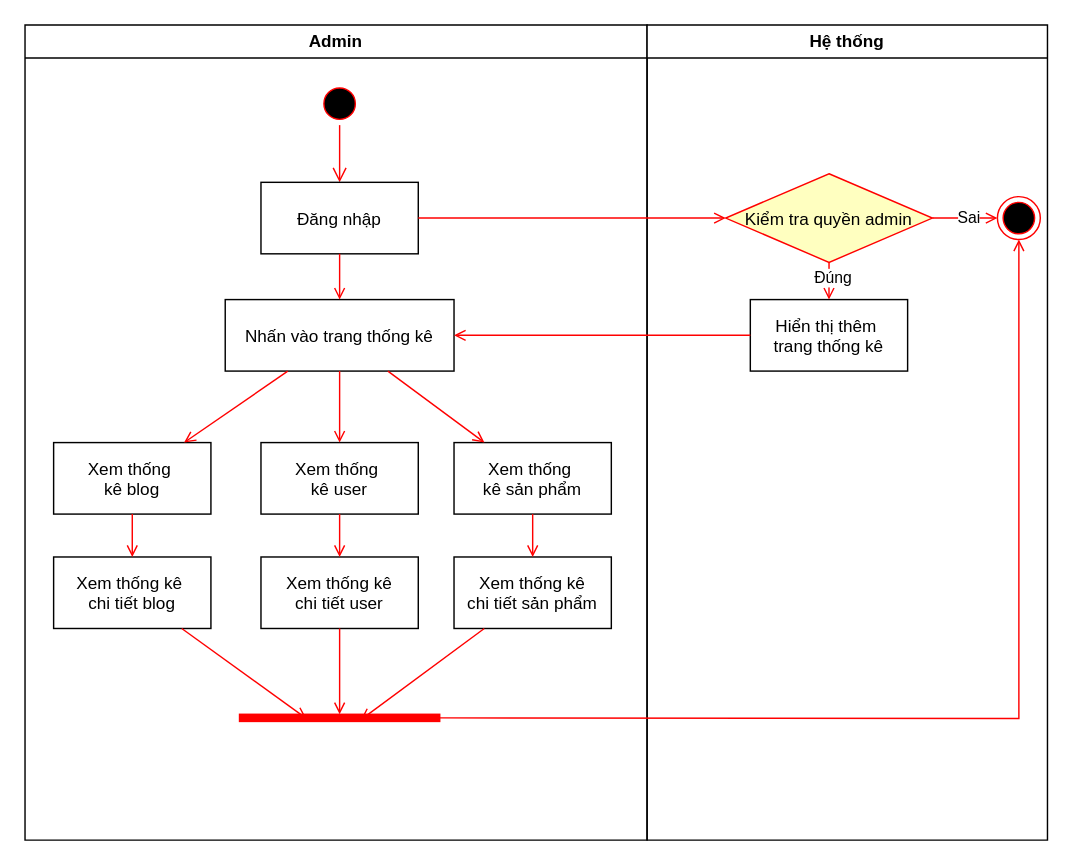
Before: BlogProject/BlogProject/ThongKeActivityActivity.drawio in TranThanhHoang123/Blog, a draw.io diagram. Source tidied: cells renumbered, new cells numbered last; positions are measured from the earlier drawing's top-left corner, leaving out a move shared by most shapes. Both pictures are drawn from the tidied source at 143%, with x=0, y=0 at pixel (24, 24).
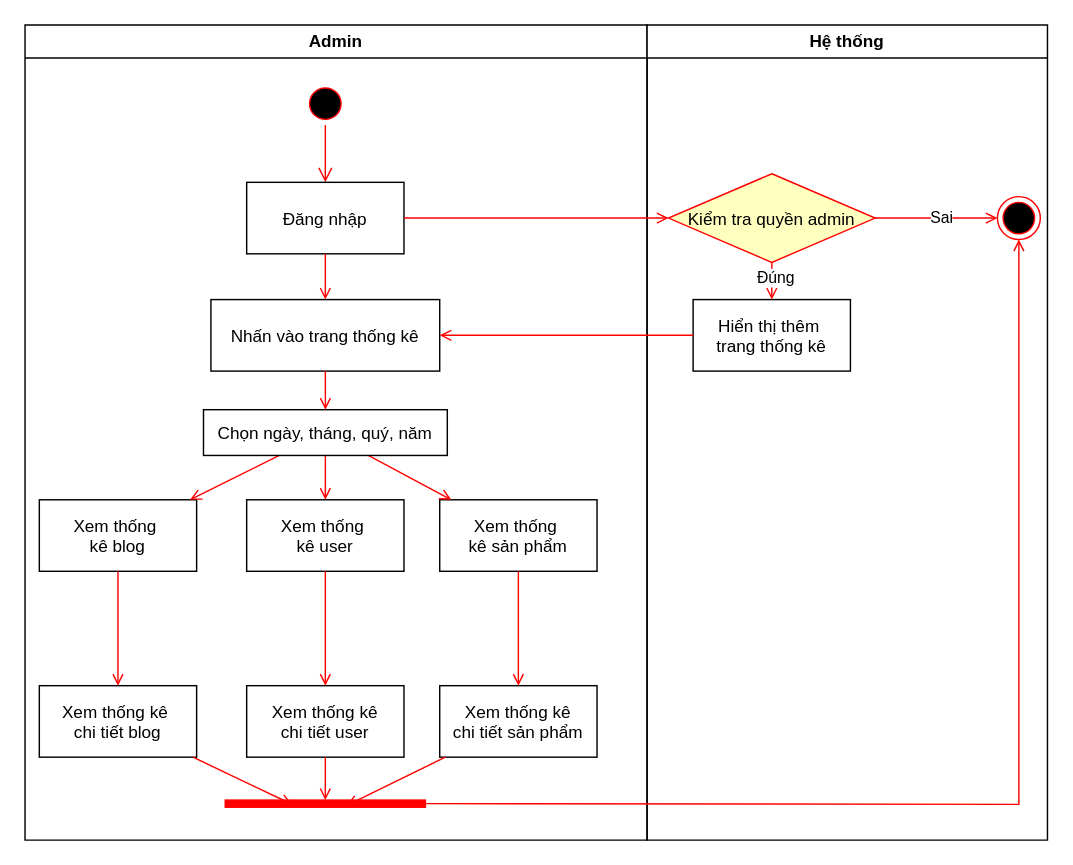
Above is the later version.

The change refers to these unchanged cells:
```xml
<mxCell id="2" value="Admin" style="swimlane;whiteSpace=wrap;" parent="1" vertex="1">
  <mxGeometry width="435" height="570" as="geometry" />
</mxCell>
<mxCell id="24" value="Hệ thống" style="swimlane;whiteSpace=wrap;" parent="1" vertex="1">
  <mxGeometry x="435" width="280" height="570" as="geometry" />
</mxCell>
<mxCell id="29" style="ellipse;shape=endState;fillColor=#000000;strokeColor=#ff0000;" parent="24" vertex="1">
  <mxGeometry x="245" y="120" width="30" height="30" as="geometry" />
</mxCell>
```

Diff of the diagram source:
```diff
@@
     <mxCell id="3" style="ellipse;shape=startState;fillColor=#000000;strokeColor=#ff0000;" parent="2" vertex="1">
-      <mxGeometry x="205" y="40" width="30" height="30" as="geometry" />
+      <mxGeometry x="195" y="40" width="30" height="30" as="geometry" />
     </mxCell>
@@
     <mxCell id="5" value="Đăng nhập" parent="2" vertex="1">
-      <mxGeometry x="165" y="110" width="110" height="50" as="geometry" />
+      <mxGeometry x="155" y="110" width="110" height="50" as="geometry" />
     </mxCell>
     <mxCell id="6" value="Nhấn vào trang thống kê" parent="2" vertex="1">
-      <mxGeometry x="140" y="192" width="160" height="50" as="geometry" />
+      <mxGeometry x="130" y="192" width="160" height="50" as="geometry" />
     </mxCell>
@@
     <mxCell id="8" value="Xem thống &#10;kê blog" parent="2" vertex="1">
-      <mxGeometry x="20" y="292" width="110" height="50" as="geometry" />
+      <mxGeometry x="10" y="332" width="110" height="50" as="geometry" />
     </mxCell>
-    <mxCell id="9" style="endArrow=open;strokeColor=#FF0000;endFill=1;rounded=0;" parent="2" edge="1" source="6" target="8">
+    <mxCell id="9" style="endArrow=open;strokeColor=#FF0000;endFill=1;rounded=0;" parent="2" edge="1" source="35" target="8">
       <mxGeometry relative="1" as="geometry" />
     </mxCell>
     <mxCell id="10" value="Xem thống kê &#10;chi tiết blog" parent="2" vertex="1">
-      <mxGeometry x="20" y="372" width="110" height="50" as="geometry" />
+      <mxGeometry x="10" y="462" width="110" height="50" as="geometry" />
     </mxCell>
@@
     <mxCell id="12" value="Xem thống &#10;kê user" parent="2" vertex="1">
-      <mxGeometry x="165" y="292" width="110" height="50" as="geometry" />
+      <mxGeometry x="155" y="332" width="110" height="50" as="geometry" />
     </mxCell>
     <mxCell id="13" value="Xem thống kê&#10;chi tiết user" parent="2" vertex="1">
-      <mxGeometry x="165" y="372" width="110" height="50" as="geometry" />
+      <mxGeometry x="155" y="462" width="110" height="50" as="geometry" />
     </mxCell>
@@
-    <mxCell id="15" style="endArrow=open;strokeColor=#FF0000;endFill=1;rounded=0;" parent="2" edge="1" source="6" target="12">
+    <mxCell id="15" style="endArrow=open;strokeColor=#FF0000;endFill=1;rounded=0;" parent="2" edge="1" source="35" target="12">
       <mxGeometry relative="1" as="geometry" />
     </mxCell>
     <mxCell id="16" value="Xem thống &#10;kê sản phẩm" parent="2" vertex="1">
-      <mxGeometry x="300" y="292" width="110" height="50" as="geometry" />
+      <mxGeometry x="290" y="332" width="110" height="50" as="geometry" />
     </mxCell>
-    <mxCell id="17" style="endArrow=open;strokeColor=#FF0000;endFill=1;rounded=0;" parent="2" edge="1" source="6" target="16">
+    <mxCell id="17" style="endArrow=open;strokeColor=#FF0000;endFill=1;rounded=0;" parent="2" edge="1" source="35" target="16">
       <mxGeometry relative="1" as="geometry" />
     </mxCell>
     <mxCell id="18" value="Xem thống kê&#10;chi tiết sản phẩm" parent="2" vertex="1">
-      <mxGeometry x="300" y="372" width="110" height="50" as="geometry" />
+      <mxGeometry x="290" y="462" width="110" height="50" as="geometry" />
     </mxCell>
@@
     <mxCell id="20" style="whiteSpace=wrap;strokeColor=#FF0000;fillColor=#FF0000;direction=south;" parent="2" vertex="1">
-      <mxGeometry x="150" y="482" width="140" height="5" as="geometry" />
+      <mxGeometry x="140" y="542" width="140" height="5" as="geometry" />
     </mxCell>
@@
+    <mxCell id="35" value="Chọn ngày, tháng, quý, năm" parent="2" vertex="1">
+      <mxGeometry x="124.8" y="269" width="170.5" height="32" as="geometry" />
+    </mxCell>
+    <mxCell id="36" style="endArrow=open;strokeColor=#FF0000;endFill=1;rounded=0;entryX=0.5;entryY=0;entryDx=0;entryDy=0;" parent="2" edge="1" source="6" target="35">
+      <mxGeometry relative="1" as="geometry" />
+    </mxCell>
@@
     <mxCell id="25" value="Hiển thị thêm &#10;trang thống kê" parent="24" vertex="1">
-      <mxGeometry x="72.2" y="192" width="110" height="50" as="geometry" />
+      <mxGeometry x="32.2" y="192" width="110" height="50" as="geometry" />
     </mxCell>
@@
     <mxCell id="28" value="Kiểm tra quyền admin" style="rhombus;fillColor=#ffffc0;strokeColor=#ff0000;" parent="24" vertex="1">
-      <mxGeometry x="55" y="104" width="144.5" height="62" as="geometry" />
+      <mxGeometry x="15" y="104" width="144.5" height="62" as="geometry" />
     </mxCell>
@@
     <mxCell id="34" style="endArrow=open;strokeColor=#FF0000;endFill=1;rounded=0;exitX=0.5;exitY=0;exitDx=0;exitDy=0;" parent="1" edge="1" source="20" target="29">
       <mxGeometry relative="1" as="geometry">
         <Array as="points">
-          <mxPoint x="695" y="485" />
+          <mxPoint x="695" y="545" />
         </Array>
       </mxGeometry>
     </mxCell>
```
